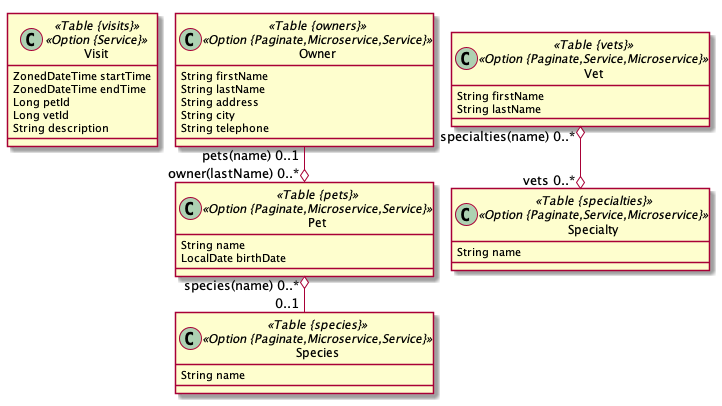
The PlantUML diagram jhpetclinicmsa.png in terrytompkins/JHPetClinicMSA, before a commit.
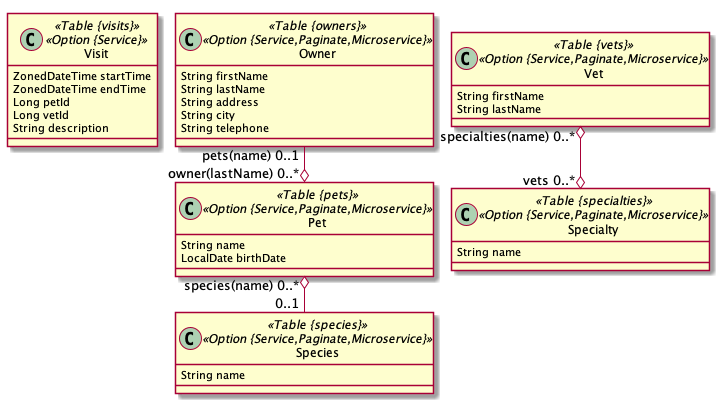
After the commit.

Diff of the diagram source:
```diff
@@ -8,14 +8,14 @@
 		Long vetId
 		String description
 	}
-	class Species <<Table {species}>><<Option {Paginate,Microservice,Service}>> {
+	class Species <<Table {species}>><<Option {Service,Paginate,Microservice}>> {
 		String name
 	}
-	class Pet <<Table {pets}>><<Option {Paginate,Microservice,Service}>> {
+	class Pet <<Table {pets}>><<Option {Service,Paginate,Microservice}>> {
 		String name
 		LocalDate birthDate
 	}
-	class Owner <<Table {owners}>><<Option {Paginate,Microservice,Service}>> {
+	class Owner <<Table {owners}>><<Option {Service,Paginate,Microservice}>> {
 		String firstName
 		String lastName
 		String address
@@ -24,10 +24,10 @@
 	}
 	Owner  "pets(name) 0..1 " --o "owner(lastName) 0..* "  Pet
 	Pet  "species(name) 0..* " o-- "0..1 "  Species
-	class Specialty <<Table {specialties}>><<Option {Paginate,Service,Microservice}>> {
+	class Specialty <<Table {specialties}>><<Option {Service,Paginate,Microservice}>> {
 		String name
 	}
-	class Vet <<Table {vets}>><<Option {Paginate,Service,Microservice}>> {
+	class Vet <<Table {vets}>><<Option {Service,Paginate,Microservice}>> {
 		String firstName
 		String lastName
 	}
```
